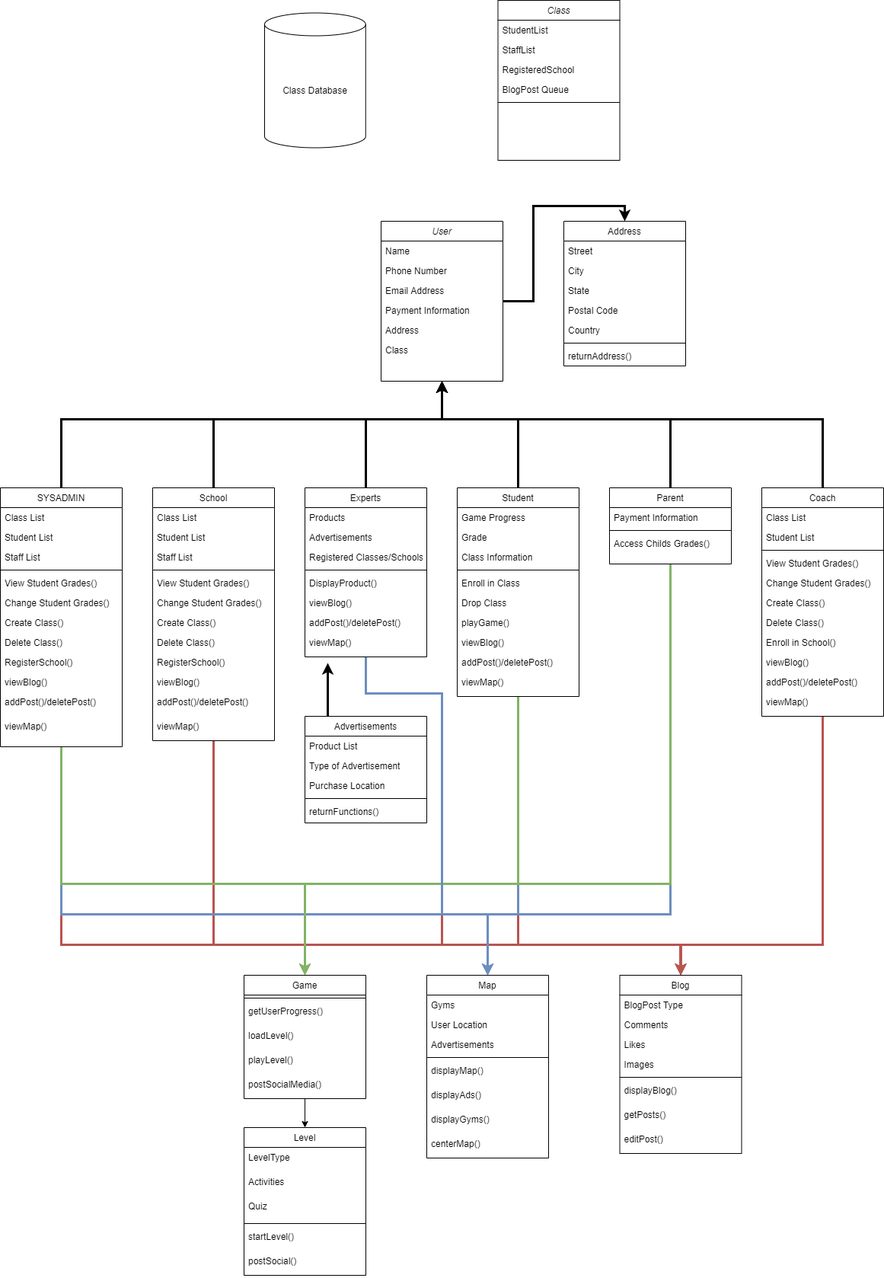
Hanandrof/Group-3-Repository keeps this draw.io diagram as Deliverables/Week_4/Class Diagram.png. Above is the earlier version. Source tidied: cells renumbered, new cells last; positions are measured from the earlier drawing's top-left corner, leaving out a move shared by most shapes.
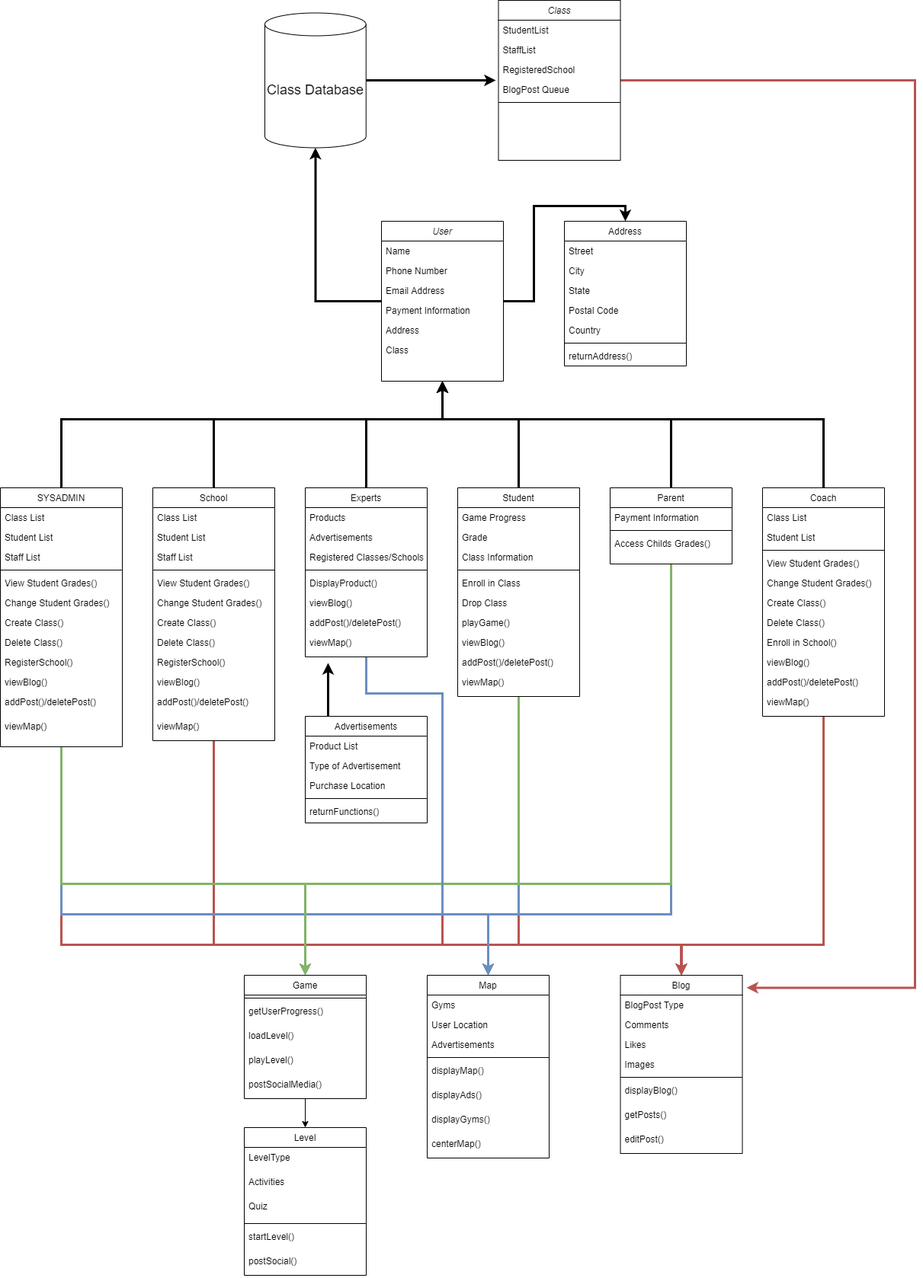
After the commit.

Change to the diagram source:
```diff
@@ -5,6 +5,9 @@
     <mxCell id="2" style="edgeStyle=orthogonalEdgeStyle;rounded=0;jettySize=auto;html=1;entryX=0.5;entryY=0;entryDx=0;entryDy=0;strokeWidth=3;" parent="1" edge="1" source="3" target="24">
       <mxGeometry relative="1" as="geometry" />
     </mxCell>
+    <mxCell id="144" style="edgeStyle=orthogonalEdgeStyle;rounded=0;jettySize=auto;html=1;entryX=0.5;entryY=1;entryDx=0;entryDy=0;entryPerimeter=0;strokeWidth=3;" parent="1" edge="1" source="3" target="143">
+      <mxGeometry relative="1" as="geometry" />
+    </mxCell>
     <mxCell id="3" value="User" style="swimlane;fontStyle=2;align=center;verticalAlign=top;horizontal=1;startSize=26;rounded=0;shadow=0;strokeWidth=1;" parent="1" vertex="1">
       <mxGeometry x="500" y="290" width="160" height="210" as="geometry" />
     </mxCell>
@@ -506,6 +509,14 @@
     <mxCell id="136" value="postSocial()" style="text;align=left;verticalAlign=top;spacingLeft=4;spacingRight=4;overflow=hidden;rounded=0;shadow=0;html=0;" parent="130" vertex="1">
       <mxGeometry y="162" width="160" height="32" as="geometry" />
     </mxCell>
+    <mxCell id="145" style="edgeStyle=orthogonalEdgeStyle;rounded=0;jettySize=auto;html=1;entryX=1.035;entryY=0.07;entryDx=0;entryDy=0;entryPerimeter=0;strokeWidth=3;fillColor=#f8cecc;strokeColor=#b85450;" parent="1" edge="1" source="137" target="105">
+      <mxGeometry relative="1" as="geometry">
+        <Array as="points">
+          <mxPoint x="1200" y="105" />
+          <mxPoint x="1200" y="1296" />
+        </Array>
+      </mxGeometry>
+    </mxCell>
     <mxCell id="137" value="Class" style="swimlane;fontStyle=2;align=center;verticalAlign=top;horizontal=1;startSize=26;rounded=0;shadow=0;strokeWidth=1;" parent="1" vertex="1">
       <mxGeometry x="653.5" width="160" height="210" as="geometry" />
     </mxCell>
@@ -524,7 +535,12 @@
     <mxCell id="142" style="line;html=1;strokeWidth=1;align=left;verticalAlign=middle;spacingTop=-1;spacingLeft=3;spacingRight=3;labelPosition=right;" parent="137" vertex="1">
       <mxGeometry y="130" width="160" height="8" as="geometry" />
     </mxCell>
+    <mxCell id="146" style="edgeStyle=orthogonalEdgeStyle;rounded=0;jettySize=auto;html=1;strokeWidth=3;" parent="1" edge="1" source="143">
+      <mxGeometry relative="1" as="geometry">
+        <mxPoint x="650" y="105" as="targetPoint" />
+      </mxGeometry>
+    </mxCell>
-    <mxCell id="143" value="Class Database" style="shape=cylinder3;whiteSpace=wrap;html=1;boundedLbl=1;backgroundOutline=1;size=15;" parent="1" vertex="1">
+    <mxCell id="143" value="&lt;font style=&quot;font-size: 18px&quot;&gt;Class Database&lt;/font&gt;" style="shape=cylinder3;whiteSpace=wrap;html=1;boundedLbl=1;backgroundOutline=1;size=15;" parent="1" vertex="1">
       <mxGeometry x="347" y="16.5" width="132.8" height="177" as="geometry" />
     </mxCell>
   </root>
```
